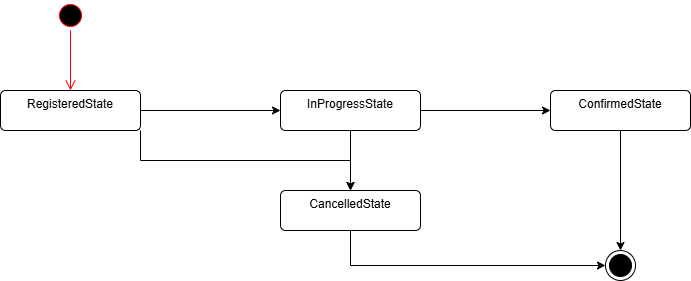
Earlier version of the draw.io export StateDiagram.png (VolunteerTaskManagement/Backend). Source tidied: cells renumbered, new cells last; positions are measured from the earlier drawing's top-left corner, leaving out a move shared by most shapes. The source it was exported from:
```xml
<mxGraphModel>
  <root>
    <mxCell id="0" />
    <mxCell id="1" parent="0" />
    <mxCell id="2" style="ellipse;html=1;shape=endState;fillColor=strokeColor;" parent="1" vertex="1">
      <mxGeometry x="605" y="250" width="30" height="30" as="geometry" />
    </mxCell>
    <mxCell id="3" style="edgeStyle=orthogonalEdgeStyle;rounded=0;jettySize=auto;html=1;exitX=1;exitY=0.5;exitDx=0;exitDy=0;" parent="1" edge="1" source="5" target="12">
      <mxGeometry relative="1" as="geometry" />
    </mxCell>
    <mxCell id="4" style="edgeStyle=orthogonalEdgeStyle;rounded=0;jettySize=auto;html=1;exitX=1;exitY=1;exitDx=0;exitDy=0;" parent="1" edge="1" source="5" target="9">
      <mxGeometry relative="1" as="geometry" />
    </mxCell>
    <mxCell id="5" value="RegisteredState" style="html=1;align=center;verticalAlign=top;rounded=1;absoluteArcSize=1;arcSize=10;dashed=0;whiteSpace=wrap;" parent="1" vertex="1">
      <mxGeometry y="90" width="140" height="40" as="geometry" />
    </mxCell>
    <mxCell id="6" style="ellipse;html=1;shape=startState;fillColor=#000000;strokeColor=#ff0000;" parent="1" vertex="1">
      <mxGeometry x="55" width="30" height="30" as="geometry" />
    </mxCell>
    <mxCell id="7" style="edgeStyle=orthogonalEdgeStyle;html=1;verticalAlign=bottom;endArrow=open;endSize=8;strokeColor=#ff0000;rounded=0;" parent="1" edge="1" source="6">
      <mxGeometry relative="1" as="geometry">
        <mxPoint x="70" y="90" as="targetPoint" />
      </mxGeometry>
    </mxCell>
    <mxCell id="8" style="edgeStyle=orthogonalEdgeStyle;rounded=0;jettySize=auto;html=1;exitX=0.5;exitY=1;exitDx=0;exitDy=0;entryX=0;entryY=0.5;entryDx=0;entryDy=0;" parent="1" edge="1" source="9" target="2">
      <mxGeometry relative="1" as="geometry" />
    </mxCell>
    <mxCell id="9" value="CancelledState" style="html=1;align=center;verticalAlign=top;rounded=1;absoluteArcSize=1;arcSize=10;dashed=0;whiteSpace=wrap;" parent="1" vertex="1">
      <mxGeometry x="280" y="190" width="140" height="40" as="geometry" />
    </mxCell>
    <mxCell id="10" style="edgeStyle=orthogonalEdgeStyle;rounded=0;jettySize=auto;html=1;exitX=1;exitY=0.5;exitDx=0;exitDy=0;entryX=0;entryY=0.5;entryDx=0;entryDy=0;" parent="1" edge="1" source="12" target="14">
      <mxGeometry relative="1" as="geometry" />
    </mxCell>
    <mxCell id="11" style="edgeStyle=orthogonalEdgeStyle;rounded=0;jettySize=auto;html=1;exitX=0.5;exitY=1;exitDx=0;exitDy=0;" parent="1" edge="1" source="12">
      <mxGeometry relative="1" as="geometry">
        <mxPoint x="350" y="190" as="targetPoint" />
      </mxGeometry>
    </mxCell>
    <mxCell id="12" value="InProgressState" style="html=1;align=center;verticalAlign=top;rounded=1;absoluteArcSize=1;arcSize=10;dashed=0;whiteSpace=wrap;" parent="1" vertex="1">
      <mxGeometry x="280" y="90" width="140" height="40" as="geometry" />
    </mxCell>
    <mxCell id="13" style="edgeStyle=orthogonalEdgeStyle;rounded=0;jettySize=auto;html=1;exitX=0.5;exitY=1;exitDx=0;exitDy=0;entryX=0.5;entryY=0;entryDx=0;entryDy=0;" parent="1" edge="1" source="14" target="2">
      <mxGeometry relative="1" as="geometry" />
    </mxCell>
    <mxCell id="14" value="ConfirmedState" style="html=1;align=center;verticalAlign=top;rounded=1;absoluteArcSize=1;arcSize=10;dashed=0;whiteSpace=wrap;" parent="1" vertex="1">
      <mxGeometry x="550" y="90" width="140" height="40" as="geometry" />
    </mxCell>
  </root>
</mxGraphModel>
```
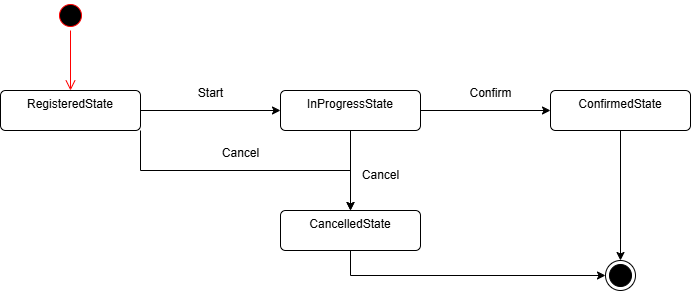
After the change.

Change to the diagram source:
```diff
@@ -3,7 +3,7 @@
     <mxCell id="0" />
     <mxCell id="1" parent="0" />
     <mxCell id="2" style="ellipse;html=1;shape=endState;fillColor=strokeColor;" parent="1" vertex="1">
-      <mxGeometry x="605" y="250" width="30" height="30" as="geometry" />
+      <mxGeometry x="605" y="260" width="30" height="30" as="geometry" />
     </mxCell>
     <mxCell id="3" style="edgeStyle=orthogonalEdgeStyle;rounded=0;jettySize=auto;html=1;exitX=1;exitY=0.5;exitDx=0;exitDy=0;" parent="1" edge="1" source="5" target="12">
       <mxGeometry relative="1" as="geometry" />
@@ -26,15 +26,13 @@
       <mxGeometry relative="1" as="geometry" />
     </mxCell>
     <mxCell id="9" value="CancelledState" style="html=1;align=center;verticalAlign=top;rounded=1;absoluteArcSize=1;arcSize=10;dashed=0;whiteSpace=wrap;" parent="1" vertex="1">
-      <mxGeometry x="280" y="190" width="140" height="40" as="geometry" />
+      <mxGeometry x="280" y="210" width="140" height="40" as="geometry" />
     </mxCell>
     <mxCell id="10" style="edgeStyle=orthogonalEdgeStyle;rounded=0;jettySize=auto;html=1;exitX=1;exitY=0.5;exitDx=0;exitDy=0;entryX=0;entryY=0.5;entryDx=0;entryDy=0;" parent="1" edge="1" source="12" target="14">
       <mxGeometry relative="1" as="geometry" />
     </mxCell>
-    <mxCell id="11" style="edgeStyle=orthogonalEdgeStyle;rounded=0;jettySize=auto;html=1;exitX=0.5;exitY=1;exitDx=0;exitDy=0;" parent="1" edge="1" source="12">
-      <mxGeometry relative="1" as="geometry">
-        <mxPoint x="350" y="190" as="targetPoint" />
-      </mxGeometry>
+    <mxCell id="11" style="edgeStyle=orthogonalEdgeStyle;rounded=0;jettySize=auto;html=1;exitX=0.5;exitY=1;exitDx=0;exitDy=0;entryX=0.5;entryY=0;entryDx=0;entryDy=0;" parent="1" edge="1" source="12" target="9">
+      <mxGeometry relative="1" as="geometry" />
     </mxCell>
     <mxCell id="12" value="InProgressState" style="html=1;align=center;verticalAlign=top;rounded=1;absoluteArcSize=1;arcSize=10;dashed=0;whiteSpace=wrap;" parent="1" vertex="1">
       <mxGeometry x="280" y="90" width="140" height="40" as="geometry" />
@@ -45,5 +43,17 @@
     <mxCell id="14" value="ConfirmedState" style="html=1;align=center;verticalAlign=top;rounded=1;absoluteArcSize=1;arcSize=10;dashed=0;whiteSpace=wrap;" parent="1" vertex="1">
       <mxGeometry x="550" y="90" width="140" height="40" as="geometry" />
     </mxCell>
+    <mxCell id="15" value="&lt;span style=&quot;font-weight: normal;&quot;&gt;Start&lt;/span&gt;" style="text;align=center;fontStyle=1;verticalAlign=middle;spacingLeft=3;spacingRight=3;strokeColor=none;html=1;" parent="1" vertex="1">
+      <mxGeometry x="170" y="80" width="80" height="26" as="geometry" />
+    </mxCell>
+    <mxCell id="16" value="&lt;span style=&quot;font-weight: normal;&quot;&gt;Cancel&lt;/span&gt;" style="text;align=center;fontStyle=1;verticalAlign=middle;spacingLeft=3;spacingRight=3;strokeColor=none;html=1;" parent="1" vertex="1">
+      <mxGeometry x="200" y="140" width="80" height="26" as="geometry" />
+    </mxCell>
+    <mxCell id="17" value="&lt;span style=&quot;font-weight: normal;&quot;&gt;Confirm&lt;/span&gt;" style="text;align=center;fontStyle=1;verticalAlign=middle;spacingLeft=3;spacingRight=3;strokeColor=none;html=1;" parent="1" vertex="1">
+      <mxGeometry x="450" y="80" width="80" height="26" as="geometry" />
+    </mxCell>
+    <mxCell id="18" value="&lt;span style=&quot;font-weight: normal;&quot;&gt;Cancel&lt;/span&gt;" style="text;align=center;fontStyle=1;verticalAlign=middle;spacingLeft=3;spacingRight=3;strokeColor=none;html=1;" parent="1" vertex="1">
+      <mxGeometry x="350" y="160" width="60" height="30" as="geometry" />
+    </mxCell>
   </root>
 </mxGraphModel>
```
